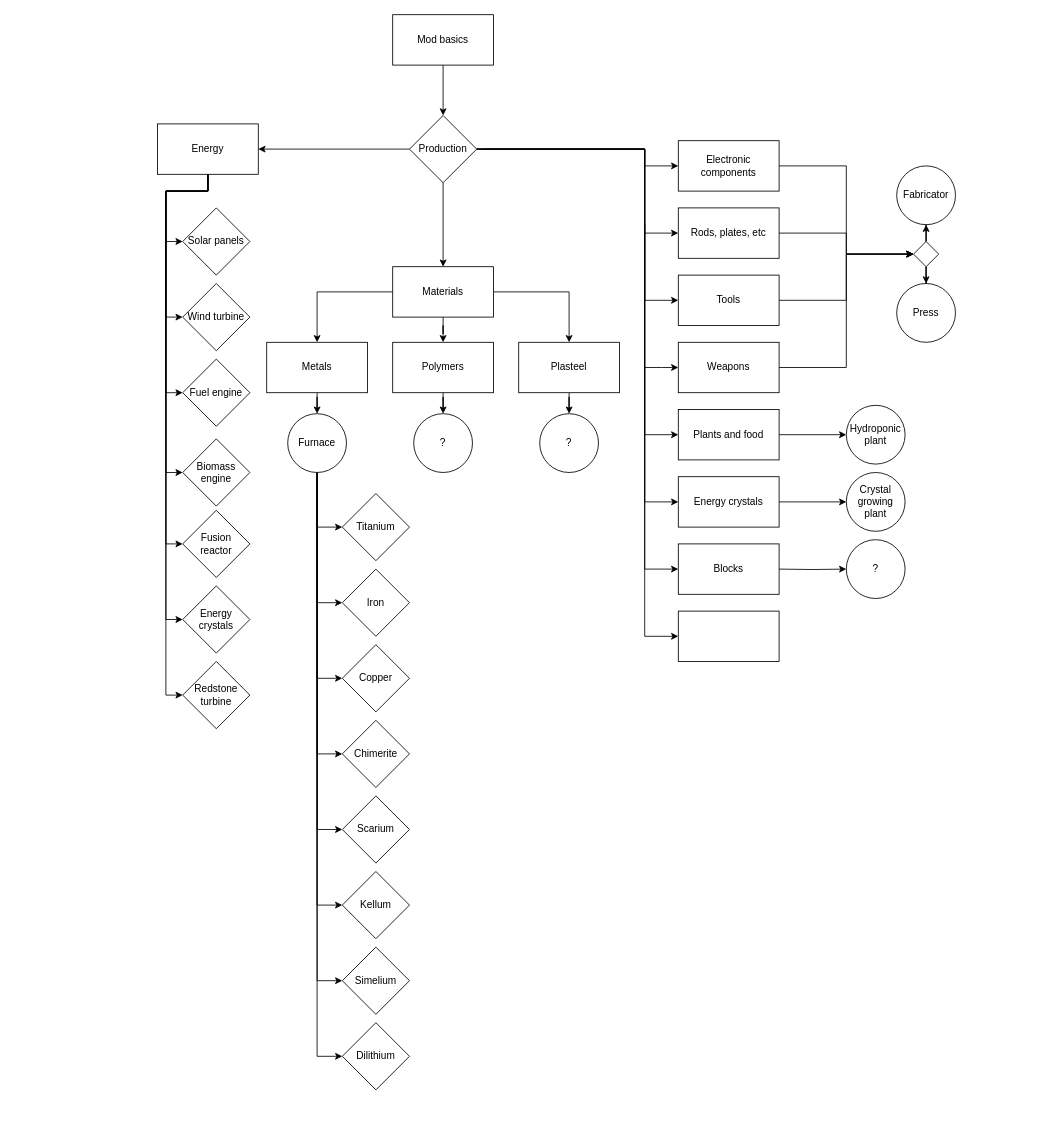
The draw.io diagram page "BASICS" (8 of 8) of SynchromaProgression.drawio in x3rdev/Synchroma, before the edit. Source tidied: cells renumbered, new cells numbered last; positions are measured from the earlier drawing's top-left corner, leaving out a move shared by most shapes. Both pictures are drawn from the tidied source at 84%, with x=0, y=0 at pixel (157, 14).
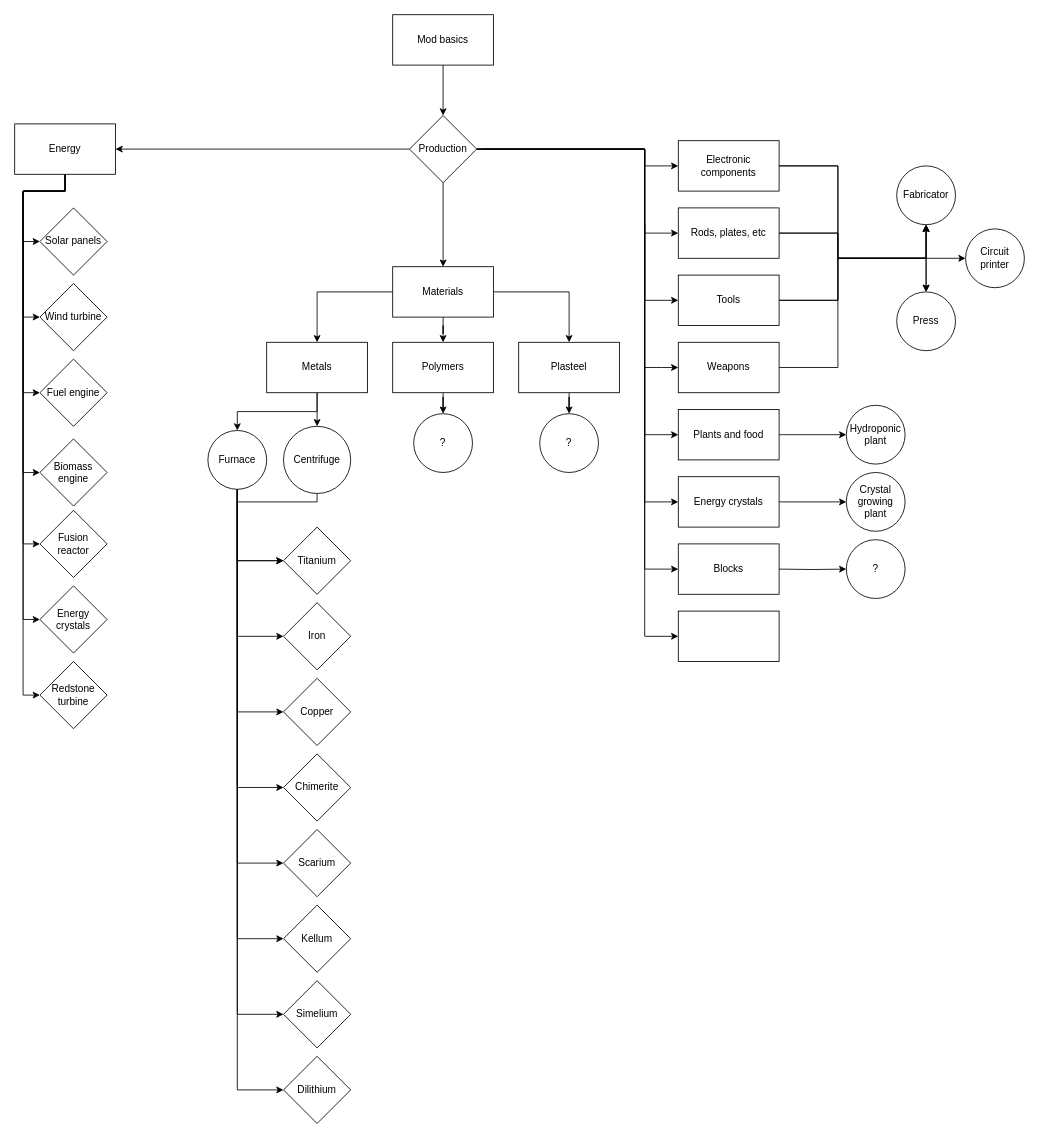
After the change.

Unchanged cells that the change refers to:
```xml
<mxCell id="32" value="Metals" style="rounded=0;whiteSpace=wrap;html=1;" parent="1" vertex="1">
  <mxGeometry x="130" y="390" width="120" height="60" as="geometry" />
</mxCell>
<mxCell id="44" value="Electronic components" style="rounded=0;whiteSpace=wrap;html=1;" parent="1" vertex="1">
  <mxGeometry x="620" y="150" width="120" height="60" as="geometry" />
</mxCell>
<mxCell id="49" value="Rods, plates, etc" style="rounded=0;whiteSpace=wrap;html=1;" parent="1" vertex="1">
  <mxGeometry x="620" y="230" width="120" height="60" as="geometry" />
</mxCell>
<mxCell id="56" value="Weapons" style="rounded=0;whiteSpace=wrap;html=1;" parent="1" vertex="1">
  <mxGeometry x="620" y="390" width="120" height="60" as="geometry" />
</mxCell>
<mxCell id="59" value="Tools" style="rounded=0;whiteSpace=wrap;html=1;" parent="1" vertex="1">
  <mxGeometry x="620" y="310" width="120" height="60" as="geometry" />
</mxCell>
```

The edit, as a diff of the source:
```diff
@@
     <mxCell id="13" style="edgeStyle=orthogonalEdgeStyle;rounded=0;jettySize=auto;html=1;entryX=0;entryY=0.5;entryDx=0;entryDy=0;" parent="1" edge="1" source="19" target="29">
       <mxGeometry relative="1" as="geometry">
         <Array as="points">
-          <mxPoint x="60" y="210" />
-          <mxPoint x="10" y="210" />
-          <mxPoint x="10" y="360" />
+          <mxPoint x="-110" y="210" />
+          <mxPoint x="-160" y="210" />
+          <mxPoint x="-160" y="360" />
         </Array>
       </mxGeometry>
     </mxCell>
     <mxCell id="14" style="edgeStyle=orthogonalEdgeStyle;rounded=0;jettySize=auto;html=1;entryX=0;entryY=0.5;entryDx=0;entryDy=0;" parent="1" edge="1" source="19" target="25">
       <mxGeometry relative="1" as="geometry">
         <Array as="points">
-          <mxPoint x="60" y="210" />
-          <mxPoint x="10" y="210" />
-          <mxPoint x="10" y="450" />
+          <mxPoint x="-110" y="210" />
+          <mxPoint x="-160" y="210" />
+          <mxPoint x="-160" y="450" />
         </Array>
       </mxGeometry>
     </mxCell>
     <mxCell id="15" style="edgeStyle=orthogonalEdgeStyle;rounded=0;jettySize=auto;html=1;entryX=0;entryY=0.5;entryDx=0;entryDy=0;" parent="1" edge="1" source="19" target="26">
       <mxGeometry relative="1" as="geometry">
         <Array as="points">
-          <mxPoint x="60" y="210" />
-          <mxPoint x="10" y="210" />
-          <mxPoint x="10" y="545" />
+          <mxPoint x="-110" y="210" />
+          <mxPoint x="-160" y="210" />
+          <mxPoint x="-160" y="545" />
         </Array>
       </mxGeometry>
     </mxCell>
     <mxCell id="16" style="edgeStyle=orthogonalEdgeStyle;rounded=0;jettySize=auto;html=1;entryX=0;entryY=0.5;entryDx=0;entryDy=0;" parent="1" edge="1" source="19" target="27">
       <mxGeometry relative="1" as="geometry">
         <Array as="points">
-          <mxPoint x="60" y="210" />
-          <mxPoint x="10" y="210" />
-          <mxPoint x="10" y="630" />
+          <mxPoint x="-110" y="210" />
+          <mxPoint x="-160" y="210" />
+          <mxPoint x="-160" y="630" />
         </Array>
       </mxGeometry>
     </mxCell>
     <mxCell id="17" style="edgeStyle=orthogonalEdgeStyle;rounded=0;jettySize=auto;html=1;entryX=0;entryY=0.5;entryDx=0;entryDy=0;" parent="1" edge="1" source="19" target="28">
       <mxGeometry relative="1" as="geometry">
         <Array as="points">
-          <mxPoint x="60" y="210" />
-          <mxPoint x="10" y="210" />
-          <mxPoint x="10" y="720" />
+          <mxPoint x="-110" y="210" />
+          <mxPoint x="-160" y="210" />
+          <mxPoint x="-160" y="720" />
         </Array>
       </mxGeometry>
     </mxCell>
     <mxCell id="18" style="edgeStyle=orthogonalEdgeStyle;rounded=0;jettySize=auto;html=1;entryX=0;entryY=0.5;entryDx=0;entryDy=0;" parent="1" edge="1" source="19" target="30">
       <mxGeometry relative="1" as="geometry">
         <Array as="points">
-          <mxPoint x="60" y="210" />
-          <mxPoint x="10" y="210" />
-          <mxPoint x="10" y="810" />
+          <mxPoint x="-110" y="210" />
+          <mxPoint x="-160" y="210" />
+          <mxPoint x="-160" y="810" />
         </Array>
       </mxGeometry>
     </mxCell>
     <mxCell id="19" value="Energy" style="rounded=0;whiteSpace=wrap;html=1;" parent="1" vertex="1">
-      <mxGeometry y="130" width="120" height="60" as="geometry" />
+      <mxGeometry x="-170" y="130" width="120" height="60" as="geometry" />
     </mxCell>
@@
     <mxCell id="24" value="Solar panels" style="rhombus;whiteSpace=wrap;html=1;" parent="1" vertex="1">
-      <mxGeometry x="30" y="230" width="80" height="80" as="geometry" />
+      <mxGeometry x="-140" y="230" width="80" height="80" as="geometry" />
     </mxCell>
     <mxCell id="25" value="Fuel engine" style="rhombus;whiteSpace=wrap;html=1;" parent="1" vertex="1">
-      <mxGeometry x="30" y="410" width="80" height="80" as="geometry" />
+      <mxGeometry x="-140" y="410" width="80" height="80" as="geometry" />
     </mxCell>
     <mxCell id="26" value="Biomass engine" style="rhombus;whiteSpace=wrap;html=1;" parent="1" vertex="1">
-      <mxGeometry x="30" y="505" width="80" height="80" as="geometry" />
+      <mxGeometry x="-140" y="505" width="80" height="80" as="geometry" />
     </mxCell>
     <mxCell id="27" value="Fusion &lt;br&gt;reactor" style="rhombus;whiteSpace=wrap;html=1;" parent="1" vertex="1">
-      <mxGeometry x="30" y="590" width="80" height="80" as="geometry" />
+      <mxGeometry x="-140" y="590" width="80" height="80" as="geometry" />
     </mxCell>
     <mxCell id="28" value="Energy crystals" style="rhombus;whiteSpace=wrap;html=1;" parent="1" vertex="1">
-      <mxGeometry x="30" y="680" width="80" height="80" as="geometry" />
+      <mxGeometry x="-140" y="680" width="80" height="80" as="geometry" />
     </mxCell>
     <mxCell id="29" value="Wind turbine" style="rhombus;whiteSpace=wrap;html=1;" parent="1" vertex="1">
-      <mxGeometry x="30" y="320" width="80" height="80" as="geometry" />
+      <mxGeometry x="-140" y="320" width="80" height="80" as="geometry" />
     </mxCell>
     <mxCell id="30" value="Redstone turbine" style="rhombus;whiteSpace=wrap;html=1;" parent="1" vertex="1">
-      <mxGeometry x="30" y="770" width="80" height="80" as="geometry" />
+      <mxGeometry x="-140" y="770" width="80" height="80" as="geometry" />
     </mxCell>
-    <mxCell id="31" style="edgeStyle=orthogonalEdgeStyle;rounded=0;jettySize=auto;html=1;entryX=0.5;entryY=0;entryDx=0;entryDy=0;" parent="1" edge="1" source="32" target="74">
+    <mxCell id="31" style="edgeStyle=orthogonalEdgeStyle;rounded=0;jettySize=auto;html=1;" parent="1" edge="1" source="32" target="74">
       <mxGeometry relative="1" as="geometry" />
     </mxCell>
+    <mxCell id="82" style="edgeStyle=orthogonalEdgeStyle;rounded=0;jettySize=auto;html=1;" parent="1" edge="1" source="32" target="91">
+      <mxGeometry relative="1" as="geometry" />
+    </mxCell>
@@
     <mxCell id="35" value="Titanium" style="rhombus;whiteSpace=wrap;html=1;" parent="1" vertex="1">
-      <mxGeometry x="220" y="570" width="80" height="80" as="geometry" />
+      <mxGeometry x="150" y="610" width="80" height="80" as="geometry" />
     </mxCell>
     <mxCell id="36" value="Iron" style="rhombus;whiteSpace=wrap;html=1;" parent="1" vertex="1">
-      <mxGeometry x="220" y="660" width="80" height="80" as="geometry" />
+      <mxGeometry x="150" y="700" width="80" height="80" as="geometry" />
     </mxCell>
     <mxCell id="37" value="Copper" style="rhombus;whiteSpace=wrap;html=1;" parent="1" vertex="1">
-      <mxGeometry x="220" y="750" width="80" height="80" as="geometry" />
+      <mxGeometry x="150" y="790" width="80" height="80" as="geometry" />
     </mxCell>
     <mxCell id="38" value="Сhimerite" style="rhombus;whiteSpace=wrap;html=1;" parent="1" vertex="1">
-      <mxGeometry x="220" y="840" width="80" height="80" as="geometry" />
+      <mxGeometry x="150" y="880" width="80" height="80" as="geometry" />
     </mxCell>
     <mxCell id="39" value="Scarium" style="rhombus;whiteSpace=wrap;html=1;" parent="1" vertex="1">
-      <mxGeometry x="220" y="930" width="80" height="80" as="geometry" />
+      <mxGeometry x="150" y="970" width="80" height="80" as="geometry" />
     </mxCell>
     <mxCell id="40" value="Kellum" style="rhombus;whiteSpace=wrap;html=1;" parent="1" vertex="1">
-      <mxGeometry x="220" y="1020" width="80" height="80" as="geometry" />
+      <mxGeometry x="150" y="1060" width="80" height="80" as="geometry" />
     </mxCell>
     <mxCell id="41" value="Simelium" style="rhombus;whiteSpace=wrap;html=1;" parent="1" vertex="1">
-      <mxGeometry x="220" y="1110" width="80" height="80" as="geometry" />
+      <mxGeometry x="150" y="1150" width="80" height="80" as="geometry" />
     </mxCell>
     <mxCell id="42" value="Dilithium" style="rhombus;whiteSpace=wrap;html=1;" parent="1" vertex="1">
-      <mxGeometry x="220" y="1200" width="80" height="80" as="geometry" />
+      <mxGeometry x="150" y="1240" width="80" height="80" as="geometry" />
     </mxCell>
-    <mxCell id="43" style="edgeStyle=orthogonalEdgeStyle;rounded=0;jettySize=auto;html=1;entryX=0;entryY=0.5;entryDx=0;entryDy=0;" parent="1" edge="1" source="44" target="81">
-      <mxGeometry relative="1" as="geometry" />
-    </mxCell>
+    <mxCell id="83" style="edgeStyle=orthogonalEdgeStyle;rounded=0;jettySize=auto;html=1;entryX=0.5;entryY=1;entryDx=0;entryDy=0;" parent="1" edge="1" source="44" target="77">
+      <mxGeometry relative="1" as="geometry">
+        <Array as="points">
+          <mxPoint x="810" y="180" />
+          <mxPoint x="810" y="290" />
+          <mxPoint x="915" y="290" />
+        </Array>
+      </mxGeometry>
+    </mxCell>
+    <mxCell id="84" style="edgeStyle=orthogonalEdgeStyle;rounded=0;jettySize=auto;html=1;entryX=0.5;entryY=0;entryDx=0;entryDy=0;" parent="1" edge="1" source="44" target="78">
+      <mxGeometry relative="1" as="geometry">
+        <Array as="points">
+          <mxPoint x="810" y="180" />
+          <mxPoint x="810" y="290" />
+          <mxPoint x="915" y="290" />
+        </Array>
+      </mxGeometry>
+    </mxCell>
@@
-    <mxCell id="48" style="edgeStyle=orthogonalEdgeStyle;rounded=0;jettySize=auto;html=1;entryX=0;entryY=0.5;entryDx=0;entryDy=0;" parent="1" edge="1" source="49" target="81">
-      <mxGeometry relative="1" as="geometry" />
-    </mxCell>
+    <mxCell id="85" style="edgeStyle=orthogonalEdgeStyle;rounded=0;jettySize=auto;html=1;entryX=0.5;entryY=1;entryDx=0;entryDy=0;" parent="1" edge="1" source="49" target="77">
+      <mxGeometry relative="1" as="geometry">
+        <Array as="points">
+          <mxPoint x="810" y="260" />
+          <mxPoint x="810" y="290" />
+          <mxPoint x="915" y="290" />
+        </Array>
+      </mxGeometry>
+    </mxCell>
+    <mxCell id="86" style="edgeStyle=orthogonalEdgeStyle;rounded=0;jettySize=auto;html=1;entryX=0.5;entryY=0;entryDx=0;entryDy=0;" parent="1" edge="1" source="49" target="78">
+      <mxGeometry relative="1" as="geometry">
+        <Array as="points">
+          <mxPoint x="810" y="260" />
+          <mxPoint x="810" y="290" />
+          <mxPoint x="915" y="290" />
+        </Array>
+      </mxGeometry>
+    </mxCell>
@@
-    <mxCell id="55" style="edgeStyle=orthogonalEdgeStyle;rounded=0;jettySize=auto;html=1;entryX=0;entryY=0.5;entryDx=0;entryDy=0;" parent="1" edge="1" source="56" target="81">
-      <mxGeometry relative="1" as="geometry" />
-    </mxCell>
+    <mxCell id="87" style="edgeStyle=orthogonalEdgeStyle;rounded=0;jettySize=auto;html=1;entryX=0.5;entryY=1;entryDx=0;entryDy=0;" parent="1" edge="1" source="56" target="77">
+      <mxGeometry relative="1" as="geometry">
+        <Array as="points">
+          <mxPoint x="810" y="420" />
+          <mxPoint x="810" y="290" />
+          <mxPoint x="915" y="290" />
+        </Array>
+      </mxGeometry>
+    </mxCell>
@@
-    <mxCell id="58" style="edgeStyle=orthogonalEdgeStyle;rounded=0;jettySize=auto;html=1;entryX=0;entryY=0.5;entryDx=0;entryDy=0;" parent="1" edge="1" source="59" target="81">
-      <mxGeometry relative="1" as="geometry" />
-    </mxCell>
+    <mxCell id="88" style="edgeStyle=orthogonalEdgeStyle;rounded=0;jettySize=auto;html=1;entryX=0.5;entryY=1;entryDx=0;entryDy=0;" parent="1" edge="1" source="59" target="77">
+      <mxGeometry relative="1" as="geometry">
+        <Array as="points">
+          <mxPoint x="810" y="340" />
+          <mxPoint x="810" y="290" />
+          <mxPoint x="915" y="290" />
+        </Array>
+      </mxGeometry>
+    </mxCell>
+    <mxCell id="89" style="edgeStyle=orthogonalEdgeStyle;rounded=0;jettySize=auto;html=1;entryX=0;entryY=0.5;entryDx=0;entryDy=0;" parent="1" edge="1" source="59" target="92">
+      <mxGeometry relative="1" as="geometry">
+        <Array as="points">
+          <mxPoint x="810" y="340" />
+          <mxPoint x="810" y="290" />
+        </Array>
+      </mxGeometry>
+    </mxCell>
@@
+    <mxCell id="75" value="?" style="ellipse;whiteSpace=wrap;html=1;" parent="1" vertex="1">
+      <mxGeometry x="305" y="475" width="70" height="70" as="geometry" />
+    </mxCell>
+    <mxCell id="76" value="?" style="ellipse;whiteSpace=wrap;html=1;" parent="1" vertex="1">
+      <mxGeometry x="455" y="475" width="70" height="70" as="geometry" />
+    </mxCell>
+    <mxCell id="77" value="Fabricator" style="ellipse;whiteSpace=wrap;html=1;" parent="1" vertex="1">
+      <mxGeometry x="880" y="180" width="70" height="70" as="geometry" />
+    </mxCell>
+    <mxCell id="78" value="Press" style="ellipse;whiteSpace=wrap;html=1;" parent="1" vertex="1">
+      <mxGeometry x="880" y="330" width="70" height="70" as="geometry" />
+    </mxCell>
     <mxCell id="66" style="edgeStyle=orthogonalEdgeStyle;rounded=0;jettySize=auto;html=1;entryX=0;entryY=0.5;entryDx=0;entryDy=0;" parent="1" edge="1" source="74" target="35">
-      <mxGeometry relative="1" as="geometry" />
+      <mxGeometry relative="1" as="geometry">
+        <Array as="points">
+          <mxPoint x="95" y="650" />
+        </Array>
+      </mxGeometry>
     </mxCell>
     <mxCell id="67" style="edgeStyle=orthogonalEdgeStyle;rounded=0;jettySize=auto;html=1;entryX=0;entryY=0.5;entryDx=0;entryDy=0;" parent="1" edge="1" source="74" target="36">
-      <mxGeometry relative="1" as="geometry" />
+      <mxGeometry relative="1" as="geometry">
+        <Array as="points">
+          <mxPoint x="95" y="740" />
+        </Array>
+      </mxGeometry>
     </mxCell>
     <mxCell id="68" style="edgeStyle=orthogonalEdgeStyle;rounded=0;jettySize=auto;html=1;entryX=0;entryY=0.5;entryDx=0;entryDy=0;" parent="1" edge="1" source="74" target="37">
-      <mxGeometry relative="1" as="geometry" />
+      <mxGeometry relative="1" as="geometry">
+        <Array as="points">
+          <mxPoint x="95" y="830" />
+        </Array>
+      </mxGeometry>
     </mxCell>
     <mxCell id="69" style="edgeStyle=orthogonalEdgeStyle;rounded=0;jettySize=auto;html=1;entryX=0;entryY=0.5;entryDx=0;entryDy=0;" parent="1" edge="1" source="74" target="38">
-      <mxGeometry relative="1" as="geometry" />
+      <mxGeometry relative="1" as="geometry">
+        <Array as="points">
+          <mxPoint x="95" y="920" />
+        </Array>
+      </mxGeometry>
     </mxCell>
     <mxCell id="70" style="edgeStyle=orthogonalEdgeStyle;rounded=0;jettySize=auto;html=1;entryX=0;entryY=0.5;entryDx=0;entryDy=0;" parent="1" edge="1" source="74" target="39">
-      <mxGeometry relative="1" as="geometry" />
+      <mxGeometry relative="1" as="geometry">
+        <Array as="points">
+          <mxPoint x="95" y="1010" />
+        </Array>
+      </mxGeometry>
     </mxCell>
     <mxCell id="71" style="edgeStyle=orthogonalEdgeStyle;rounded=0;jettySize=auto;html=1;entryX=0;entryY=0.5;entryDx=0;entryDy=0;" parent="1" edge="1" source="74" target="40">
-      <mxGeometry relative="1" as="geometry" />
+      <mxGeometry relative="1" as="geometry">
+        <Array as="points">
+          <mxPoint x="95" y="1100" />
+        </Array>
+      </mxGeometry>
     </mxCell>
     <mxCell id="72" style="edgeStyle=orthogonalEdgeStyle;rounded=0;jettySize=auto;html=1;entryX=0;entryY=0.5;entryDx=0;entryDy=0;" parent="1" edge="1" source="74" target="41">
-      <mxGeometry relative="1" as="geometry" />
+      <mxGeometry relative="1" as="geometry">
+        <Array as="points">
+          <mxPoint x="95" y="1190" />
+        </Array>
+      </mxGeometry>
     </mxCell>
     <mxCell id="73" style="edgeStyle=orthogonalEdgeStyle;rounded=0;jettySize=auto;html=1;entryX=0;entryY=0.5;entryDx=0;entryDy=0;" parent="1" edge="1" source="74" target="42">
-      <mxGeometry relative="1" as="geometry" />
+      <mxGeometry relative="1" as="geometry">
+        <Array as="points">
+          <mxPoint x="95" y="1280" />
+        </Array>
+      </mxGeometry>
     </mxCell>
     <mxCell id="74" value="Furnace" style="ellipse;whiteSpace=wrap;html=1;" parent="1" vertex="1">
-      <mxGeometry x="155" y="475" width="70" height="70" as="geometry" />
+      <mxGeometry x="60" y="495" width="70" height="70" as="geometry" />
     </mxCell>
-    <mxCell id="75" value="?" style="ellipse;whiteSpace=wrap;html=1;" parent="1" vertex="1">
-      <mxGeometry x="305" y="475" width="70" height="70" as="geometry" />
-    </mxCell>
-    <mxCell id="76" value="?" style="ellipse;whiteSpace=wrap;html=1;" parent="1" vertex="1">
-      <mxGeometry x="455" y="475" width="70" height="70" as="geometry" />
-    </mxCell>
-    <mxCell id="77" value="Fabricator" style="ellipse;whiteSpace=wrap;html=1;" parent="1" vertex="1">
-      <mxGeometry x="880" y="180" width="70" height="70" as="geometry" />
-    </mxCell>
-    <mxCell id="78" value="Press" style="ellipse;whiteSpace=wrap;html=1;" parent="1" vertex="1">
-      <mxGeometry x="880" y="320" width="70" height="70" as="geometry" />
-    </mxCell>
-    <mxCell id="79" style="edgeStyle=orthogonalEdgeStyle;rounded=0;jettySize=auto;html=1;" parent="1" edge="1" source="81" target="77">
-      <mxGeometry relative="1" as="geometry" />
-    </mxCell>
-    <mxCell id="80" style="edgeStyle=orthogonalEdgeStyle;rounded=0;jettySize=auto;html=1;" parent="1" edge="1" source="81" target="78">
-      <mxGeometry relative="1" as="geometry" />
-    </mxCell>
-    <mxCell id="81" style="rhombus;whiteSpace=wrap;html=1;" parent="1" vertex="1">
-      <mxGeometry x="900" y="270" width="30" height="30" as="geometry" />
-    </mxCell>
+    <mxCell id="90" style="edgeStyle=orthogonalEdgeStyle;rounded=0;jettySize=auto;html=1;entryX=0;entryY=0.5;entryDx=0;entryDy=0;" parent="1" edge="1" source="91" target="35">
+      <mxGeometry relative="1" as="geometry">
+        <Array as="points">
+          <mxPoint x="190" y="580" />
+          <mxPoint x="95" y="580" />
+          <mxPoint x="95" y="650" />
+        </Array>
+      </mxGeometry>
+    </mxCell>
+    <mxCell id="91" value="Centrifuge" style="ellipse;whiteSpace=wrap;html=1;" parent="1" vertex="1">
+      <mxGeometry x="150" y="490" width="80" height="80" as="geometry" />
+    </mxCell>
+    <mxCell id="92" value="Circuit printer" style="ellipse;whiteSpace=wrap;html=1;" parent="1" vertex="1">
+      <mxGeometry x="962" y="255" width="70" height="70" as="geometry" />
+    </mxCell>
```
